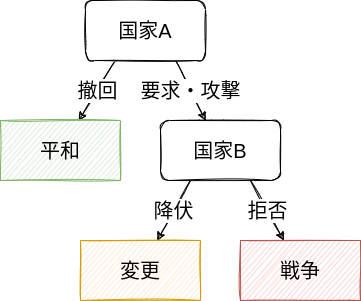
This is docs/figures/crisis.drawio.png from shohei-doi/intro_polisci, a draw.io export, as it was before one commit. Source tidied: cells renumbered, new cells last; positions are measured from the earlier drawing's top-left corner, leaving out a move shared by most shapes.
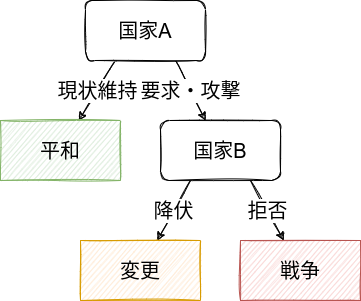
After the change.

Diff of the diagram source:
```diff
@@ -2,7 +2,7 @@
   <root>
     <mxCell id="0" />
     <mxCell id="1" parent="0" />
-    <mxCell id="2" value="撤回" style="edgeStyle=none;html=1;exitX=0.25;exitY=1;exitDx=0;exitDy=0;fontSize=20;sketch=1;" parent="1" edge="1" source="4" target="5">
+    <mxCell id="2" value="現状維持" style="edgeStyle=none;html=1;exitX=0.25;exitY=1;exitDx=0;exitDy=0;fontSize=20;sketch=1;" parent="1" edge="1" source="4" target="5">
       <mxGeometry relative="1" as="geometry" />
     </mxCell>
     <mxCell id="3" value="要求・攻撃" style="edgeStyle=none;sketch=1;html=1;exitX=0.75;exitY=1;exitDx=0;exitDy=0;fontSize=20;" parent="1" edge="1" source="4" target="8">
```
